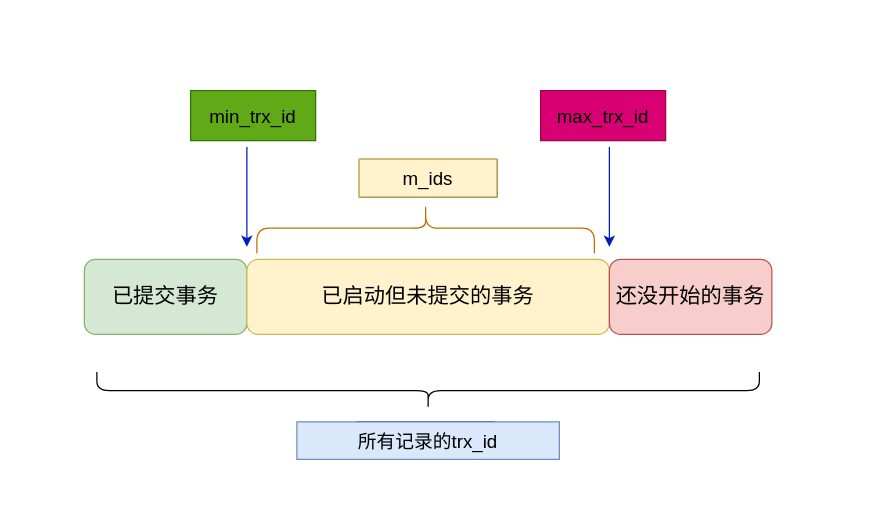
lewiskyo/test_git keeps this draw.io diagram as dir_d/test_isolate_5.drawio. Above is the earlier version. Source tidied: cells renumbered, new cells numbered last; positions are measured from the earlier drawing's top-left corner, leaving out a move shared by most shapes. Both pictures are drawn from the tidied source at 125%, with x=0, y=0 at pixel (84, 90).
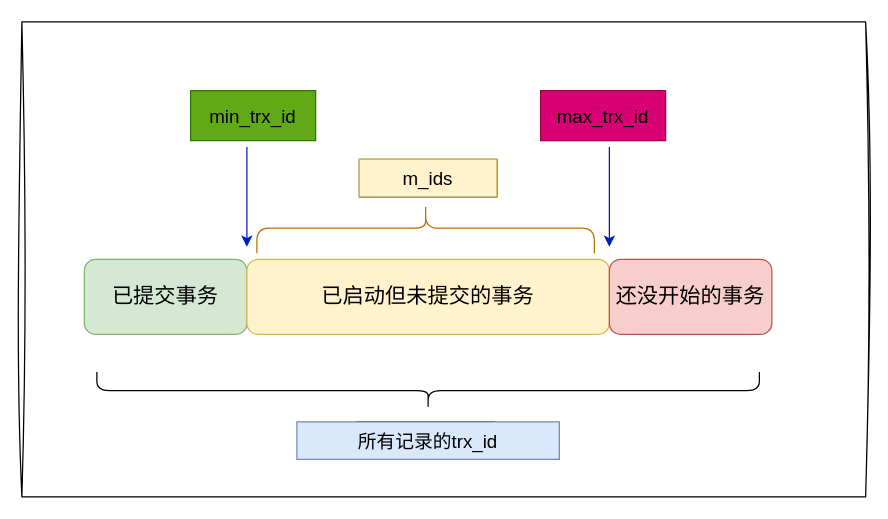
The same page after the edit.

What changed in the source:
```diff
@@
 <mxGraphModel>
   <root>
     <mxCell id="0" />
     <mxCell id="1" parent="0" />
+    <mxCell id="17" style="rounded=0;whiteSpace=wrap;html=1;sketch=1;curveFitting=1;jiggle=2;" parent="1" vertex="1">
+      <mxGeometry x="-50" y="-55" width="675" height="380" as="geometry" />
+    </mxCell>
     <mxCell id="2" value="&lt;font style=&quot;font-size: 17px;&quot;&gt;已提交事务&lt;/font&gt;" style="rounded=1;whiteSpace=wrap;html=1;fillColor=#d5e8d4;strokeColor=#82b366;" parent="1" vertex="1">
       <mxGeometry y="135" width="130" height="60" as="geometry" />
     </mxCell>
     <mxCell id="3" value="&lt;font style=&quot;font-size: 17px;&quot;&gt;已启动但未提交的事务&lt;/font&gt;" style="rounded=1;whiteSpace=wrap;html=1;fillColor=#fff2cc;strokeColor=#d6b656;" parent="1" vertex="1">
       <mxGeometry x="130" y="135" width="290" height="60" as="geometry" />
     </mxCell>
     <mxCell id="4" value="&lt;font style=&quot;font-size: 17px;&quot;&gt;还没开始的事务&lt;/font&gt;" style="rounded=1;whiteSpace=wrap;html=1;fillColor=#f8cecc;strokeColor=#b85450;" parent="1" vertex="1">
       <mxGeometry x="420" y="135" width="130" height="60" as="geometry" />
     </mxCell>
     <mxCell id="5" style="endArrow=classic;html=1;rounded=0;fillColor=#0050ef;strokeColor=#001DBC;" parent="1" edge="1">
       <mxGeometry relative="1" as="geometry">
         <mxPoint x="130" y="45" as="sourcePoint" />
         <mxPoint x="130" y="125" as="targetPoint" />
       </mxGeometry>
     </mxCell>
     <mxCell id="6" style="rounded=0;whiteSpace=wrap;html=1;fillColor=#60a917;fontColor=#ffffff;strokeColor=#2D7600;" parent="1" vertex="1">
       <mxGeometry x="85" width="100" height="40" as="geometry" />
     </mxCell>
     <mxCell id="7" style="rounded=0;whiteSpace=wrap;html=1;fillColor=#d80073;fontColor=#ffffff;strokeColor=#A50040;" parent="1" vertex="1">
       <mxGeometry x="365" width="100" height="40" as="geometry" />
     </mxCell>
     <mxCell id="8" style="endArrow=classic;html=1;rounded=0;fillColor=#0050ef;strokeColor=#001DBC;" parent="1" edge="1">
       <mxGeometry relative="1" as="geometry">
         <mxPoint x="420" y="45" as="sourcePoint" />
         <mxPoint x="420" y="125" as="targetPoint" />
       </mxGeometry>
     </mxCell>
     <mxCell id="9" style="rounded=0;whiteSpace=wrap;html=1;" parent="1" vertex="1">
       <mxGeometry x="220" y="55" width="110" height="30" as="geometry" />
     </mxCell>
     <mxCell id="10" value="&lt;font style=&quot;font-size: 15px;&quot;&gt;min_trx_id&lt;/font&gt;" style="text;html=1;strokeColor=none;fillColor=none;align=center;verticalAlign=middle;whiteSpace=wrap;rounded=0;" parent="1" vertex="1">
       <mxGeometry x="80" y="5" width="110" height="30" as="geometry" />
     </mxCell>
     <mxCell id="11" value="&lt;font style=&quot;font-size: 15px;&quot;&gt;max_trx_id&lt;/font&gt;" style="text;html=1;strokeColor=none;fillColor=none;align=center;verticalAlign=middle;whiteSpace=wrap;rounded=0;" parent="1" vertex="1">
       <mxGeometry x="360" y="5" width="110" height="30" as="geometry" />
     </mxCell>
     <mxCell id="12" value="&lt;font style=&quot;font-size: 15px;&quot;&gt;m_ids&lt;/font&gt;" style="text;html=1;strokeColor=#d6b656;fillColor=#fff2cc;align=center;verticalAlign=middle;whiteSpace=wrap;rounded=0;" parent="1" vertex="1">
       <mxGeometry x="220" y="55" width="110" height="30" as="geometry" />
     </mxCell>
     <mxCell id="13" style="shape=curlyBracket;whiteSpace=wrap;html=1;rounded=1;labelPosition=left;verticalLabelPosition=middle;align=right;verticalAlign=middle;direction=south;fillColor=#f0a30a;strokeColor=#BD7000;fontColor=#000000;" parent="1" vertex="1">
       <mxGeometry x="138" y="90" width="270" height="40" as="geometry" />
     </mxCell>
     <mxCell id="14" style="shape=curlyBracket;whiteSpace=wrap;html=1;rounded=1;flipH=1;labelPosition=right;verticalLabelPosition=middle;align=left;verticalAlign=middle;direction=north;" parent="1" vertex="1">
       <mxGeometry x="10" y="225" width="530" height="30" as="geometry" />
     </mxCell>
     <mxCell id="15" style="rounded=0;whiteSpace=wrap;html=1;" parent="1" vertex="1">
       <mxGeometry x="218" y="265" width="110" height="30" as="geometry" />
     </mxCell>
     <mxCell id="16" value="&lt;font style=&quot;font-size: 15px;&quot;&gt;所有记录的trx_id&lt;/font&gt;" style="text;html=1;strokeColor=#6c8ebf;fillColor=#dae8fc;align=center;verticalAlign=middle;whiteSpace=wrap;rounded=0;" parent="1" vertex="1">
       <mxGeometry x="170" y="265" width="210" height="30" as="geometry" />
     </mxCell>
   </root>
 </mxGraphModel>
```
